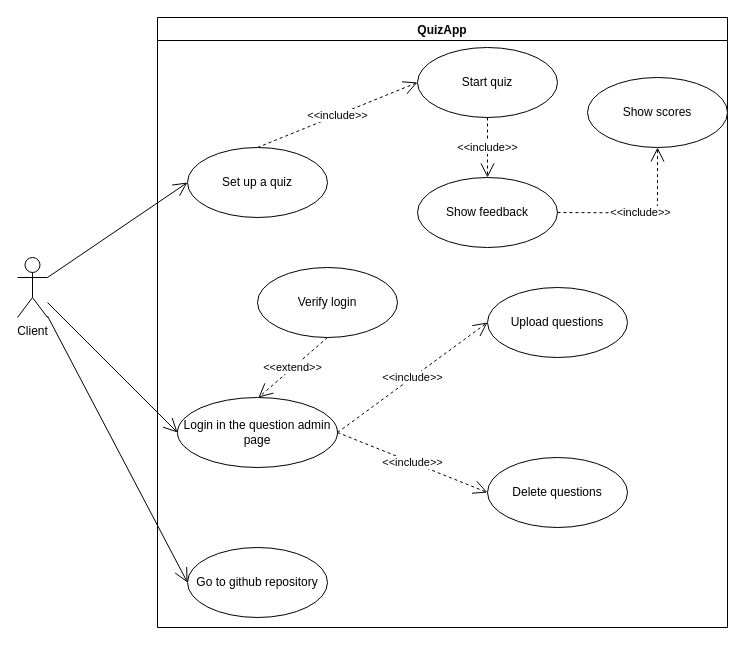
FelipeOsornio/QuizApp keeps this draw.io diagram as img/scenarios.drawio. Above is the earlier version. Source tidied: cells renumbered, new cells numbered last; positions are measured from the earlier drawing's top-left corner, leaving out a move shared by most shapes. Both pictures are drawn from the tidied source at 100%, with x=0, y=0 at pixel (17, 17).
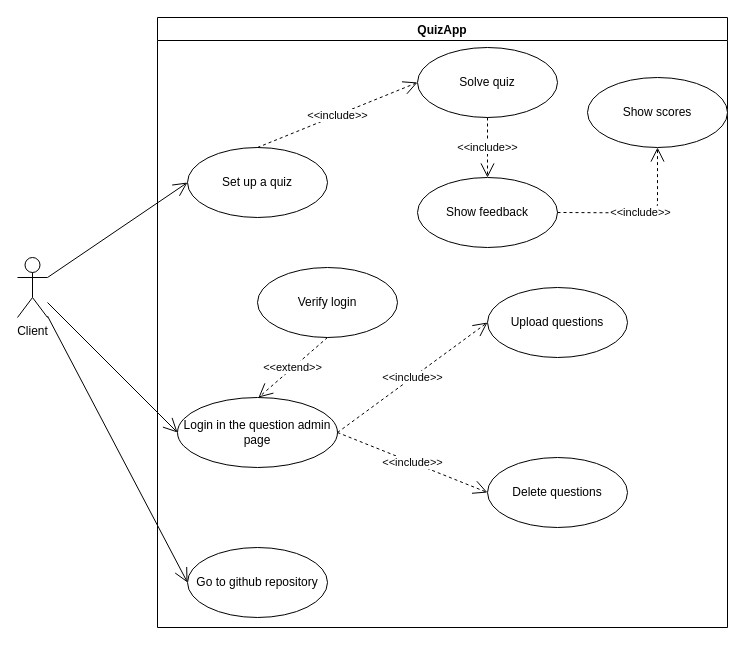
The same diagram, later.

Unchanged cells that the change refers to:
```xml
<mxCell id="2" value="QuizApp" style="swimlane;startSize=23;" parent="1" vertex="1">
  <mxGeometry x="140" width="570" height="610" as="geometry" />
</mxCell>
```

Change to the diagram source:
```diff
@@
-    <mxCell id="4" value="Start quiz" style="ellipse;whiteSpace=wrap;html=1;" parent="2" vertex="1">
+    <mxCell id="4" value="Solve quiz" style="ellipse;whiteSpace=wrap;html=1;" parent="2" vertex="1">
       <mxGeometry x="260" y="30" width="140" height="70" as="geometry" />
     </mxCell>
```
